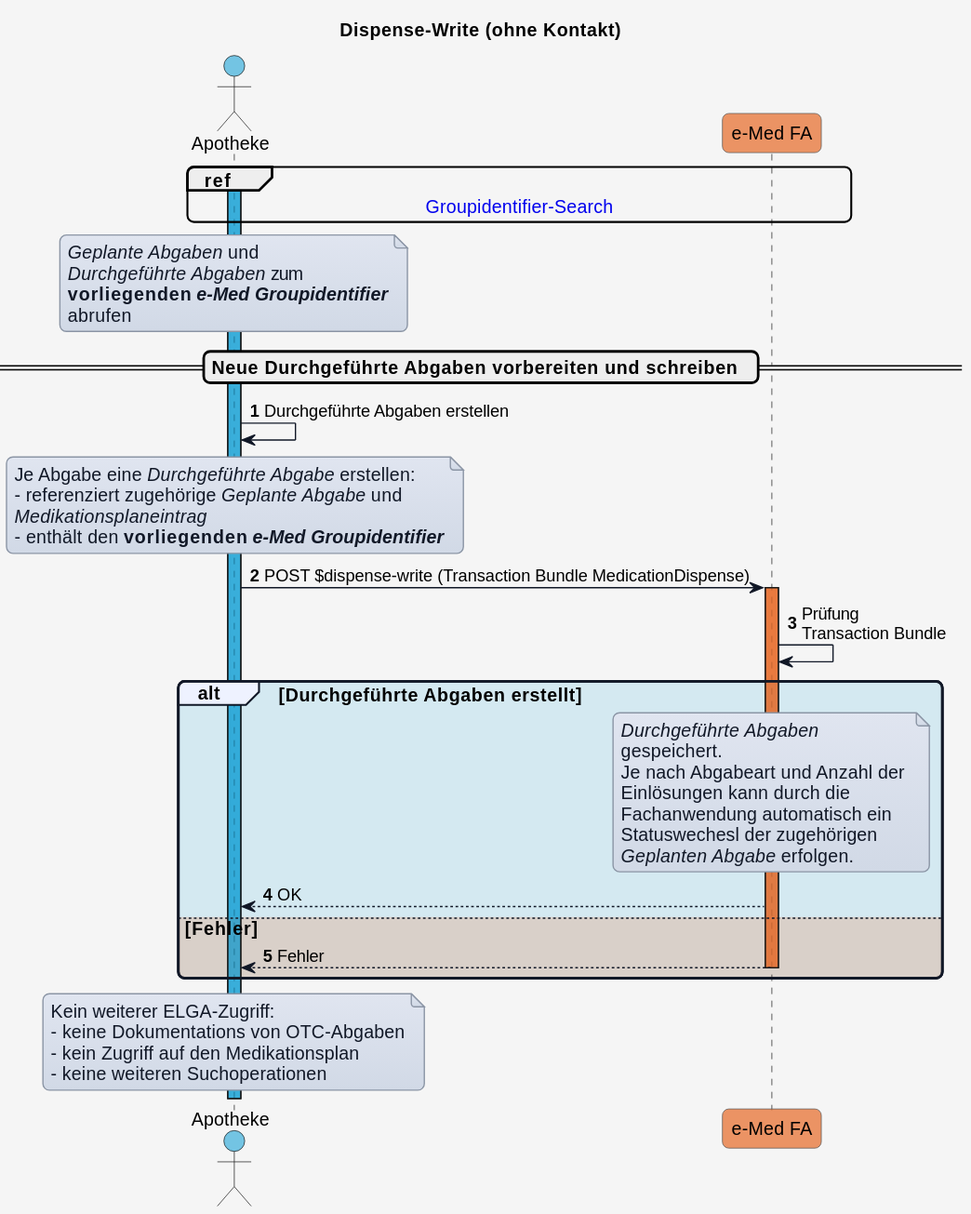
The PlantUML diagram input/images/plantuml/UC_eMed_05_01_b.svg in HL7Austria/ELGA-e-Medikation-R4, before a commit.
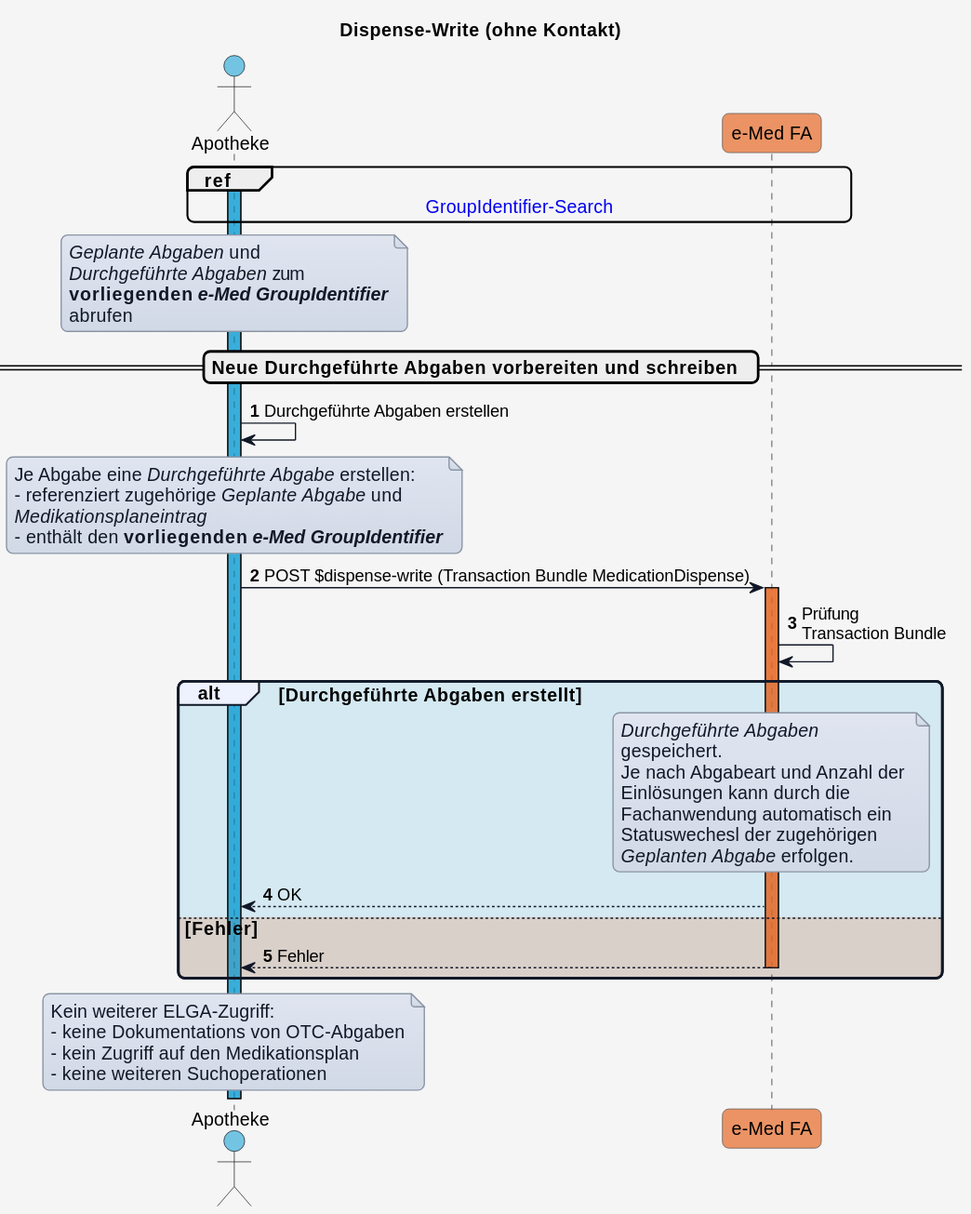
The same file after the commit.

The edit, as a diff of the source:
```diff
@@ -54,11 +54,11 @@
 
 activate GDA_Apo COLOR_APO
 
-ref over GDA_Apo, eMed_FA : [[Sub_UC_eMed_03.html#sub_uc_emed_03_03---geplante-und-durchgeführte-abgaben-mittels-e-med-groupidentifier-lesen-groupidentifier-search Groupidentifier-Search]]
+ref over GDA_Apo, eMed_FA : [[Sub_UC_eMed_03.html#sub_uc_emed_03_03---geplante-und-durchgeführte-abgaben-mittels-e-med-groupidentifier-lesen-groupidentifier-search GroupIdentifier-Search]]
 note over GDA_Apo
 <i>Geplante Abgaben</i> und
 <i>Durchgeführte Abgaben</i> zum
-<b>vorliegenden <i>e-Med Groupidentifier</i></b>
+<b>vorliegenden <i>e-Med GroupIdentifier</i></b>
 abrufen
 end note
 
@@ -70,7 +70,7 @@
 Je Abgabe eine <i>Durchgeführte Abgabe</i> erstellen:
 - referenziert zugehörige <i>Geplante Abgabe</i> und
 <i>Medikationsplaneintrag</i>
-- enthält den <b>vorliegenden <i>e-Med Groupidentifier</i></b>
+- enthält den <b>vorliegenden <i>e-Med GroupIdentifier</i></b>
 end note
 
 GDA_Apo -> eMed_FA: POST $dispense-write (Transaction Bundle MedicationDispense)
```
